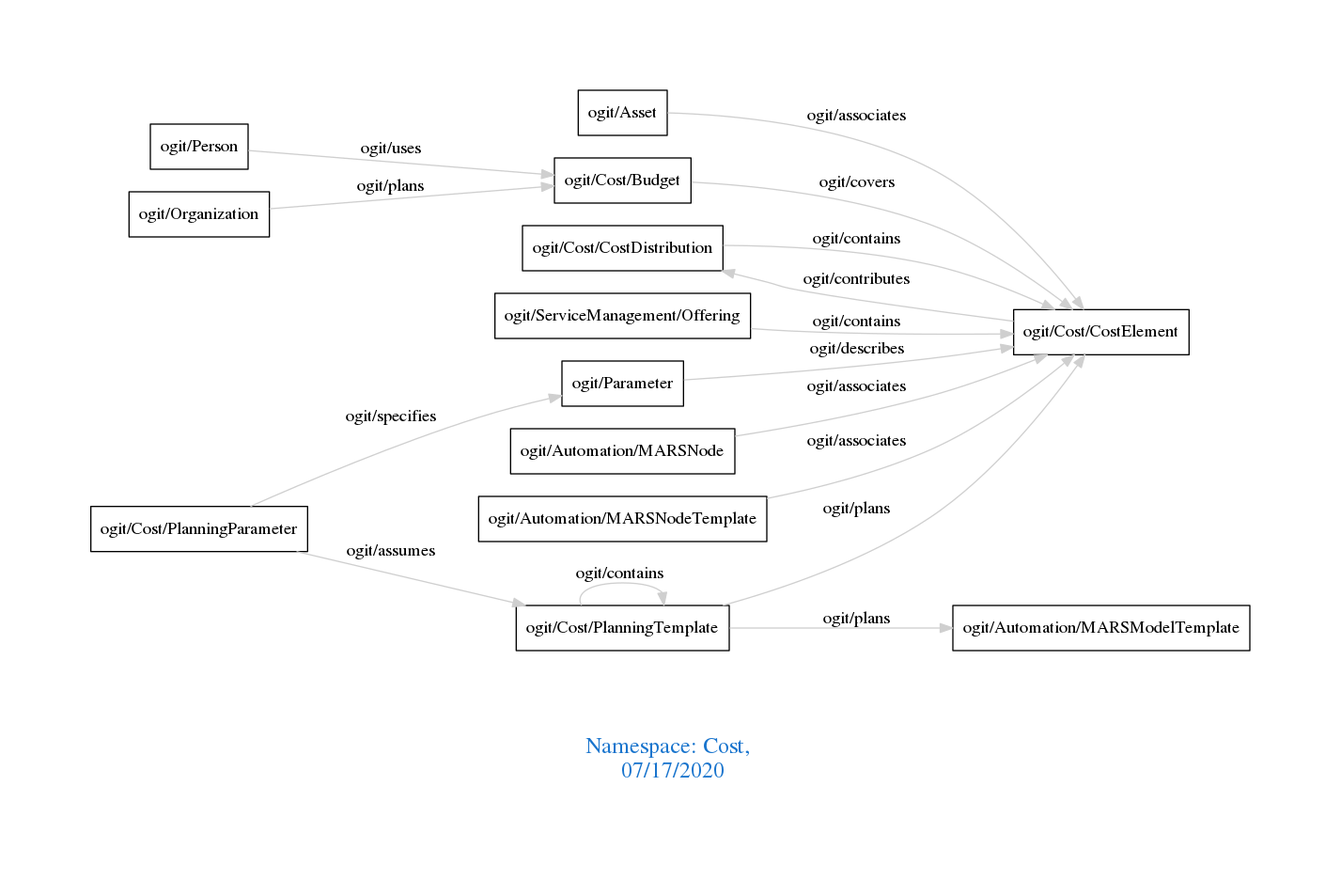
Above: downloads/Cost.png in arago/OGIT (Graphviz), before the change. Its source is kept beside it as downloads/Cost.dot.
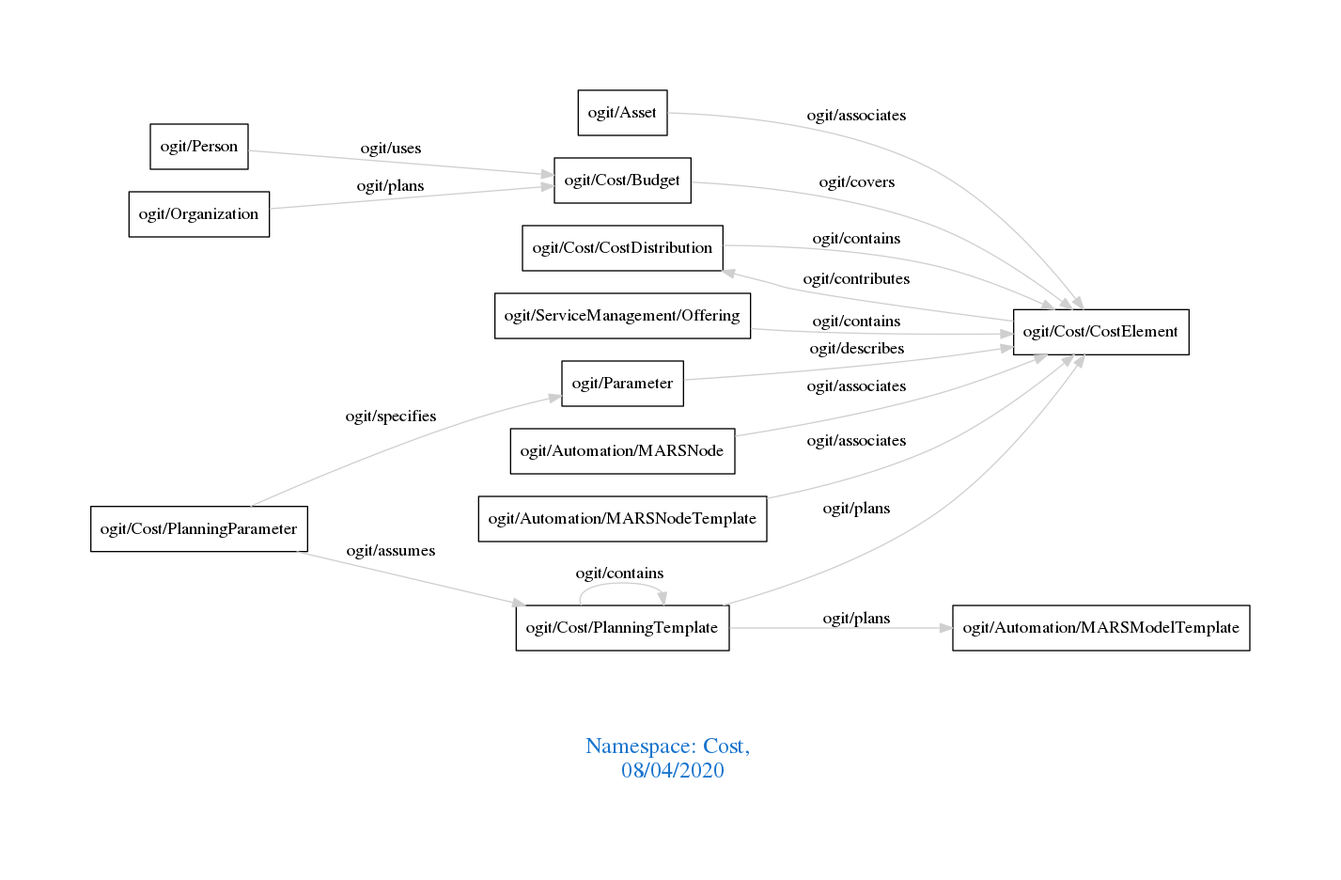
The same file after the commit.

What changed in the source:
```diff
@@ -1,7 +1,7 @@
 digraph OGIT_ontology {
  graph [ rankdir= LR,pad=1
 fontsize = 18,
-fontcolor= dodgerblue3,label = "\n\n\nNamespace: Cost, \n 07/17/2020"];
+fontcolor= dodgerblue3,label = "\n\n\nNamespace: Cost, \n 08/04/2020"];
 node[shape=polygon];
 edge [  color="gray81"];
 
```
